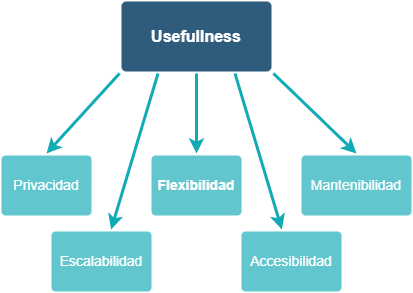
This is docs/images/10_Goals_Tree.png from Arquisoft/lomap_es2c, a draw.io export, as it was before one commit. Source tidied: cells renumbered, new cells last; positions are measured from the earlier drawing's top-left corner, leaving out a move shared by most shapes.
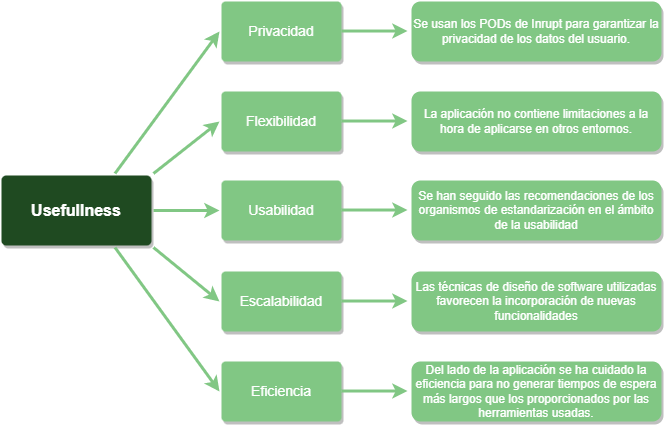
The same diagram one commit later.

The edit, as a diff of the source:
```diff
@@ -2,38 +2,83 @@
   <root>
     <mxCell id="0" />
     <mxCell id="1" parent="0" />
-    <mxCell id="2" value="Usefullness" style="rounded=1;whiteSpace=wrap;html=1;shadow=0;labelBackgroundColor=none;strokeColor=none;strokeWidth=3;fillColor=#2F5B7C;fontFamily=Helvetica;fontSize=16;fontColor=#FFFFFF;align=center;fontStyle=1;spacing=5;arcSize=7;perimeterSpacing=2;" parent="1" vertex="1">
-      <mxGeometry x="120" width="150" height="70" as="geometry" />
+    <mxCell id="2" value="Usefullness" style="rounded=1;whiteSpace=wrap;html=1;shadow=1;labelBackgroundColor=none;strokeColor=none;strokeWidth=3;fillColor=#1f4a21;fontFamily=Helvetica;fontSize=16;fontColor=#FFFFFF;align=center;fontStyle=1;spacing=5;arcSize=7;perimeterSpacing=2;" parent="1" vertex="1">
+      <mxGeometry x="-260" y="144" width="150" height="70" as="geometry" />
     </mxCell>
-    <mxCell id="3" value="Flexibilidad" style="rounded=1;whiteSpace=wrap;html=1;shadow=0;labelBackgroundColor=none;strokeColor=none;strokeWidth=3;fillColor=#61C6CE;fontFamily=Helvetica;fontSize=14;fontColor=#FFFFFF;align=center;spacing=5;fontStyle=1;arcSize=7;perimeterSpacing=2;" parent="1" vertex="1">
-      <mxGeometry x="150" y="154" width="90" height="60" as="geometry" />
+    <mxCell id="3" value="&lt;span style=&quot;font-weight: normal;&quot;&gt;Flexibilidad&lt;/span&gt;" style="rounded=1;whiteSpace=wrap;html=1;shadow=1;labelBackgroundColor=none;strokeColor=none;strokeWidth=3;fillColor=#81c784;fontFamily=Helvetica;fontSize=14;fontColor=#FFFFFF;align=center;spacing=5;fontStyle=1;arcSize=7;perimeterSpacing=2;" parent="1" vertex="1">
+      <mxGeometry x="-40" y="60" width="120" height="60" as="geometry" />
     </mxCell>
-    <mxCell id="4" value="Escalabilidad" style="rounded=1;whiteSpace=wrap;html=1;shadow=0;labelBackgroundColor=none;strokeColor=none;strokeWidth=3;fillColor=#61c6ce;fontFamily=Helvetica;fontSize=14;fontColor=#FFFFFF;align=center;spacing=5;fontStyle=0;arcSize=7;perimeterSpacing=2;" parent="1" vertex="1">
-      <mxGeometry x="50" y="230" width="100" height="60" as="geometry" />
+    <mxCell id="4" value="Escalabilidad" style="rounded=1;whiteSpace=wrap;html=1;shadow=1;labelBackgroundColor=none;strokeColor=none;strokeWidth=3;fillColor=#81c784;fontFamily=Helvetica;fontSize=14;fontColor=#FFFFFF;align=center;spacing=5;fontStyle=0;arcSize=7;perimeterSpacing=2;" parent="1" vertex="1">
+      <mxGeometry x="-40" y="240" width="120" height="60" as="geometry" />
     </mxCell>
-    <mxCell id="5" style="edgeStyle=none;rounded=1;jumpStyle=none;html=1;shadow=0;labelBackgroundColor=none;startArrow=none;startFill=0;jettySize=auto;strokeColor=#12AAB5;strokeWidth=3;fontFamily=Helvetica;fontSize=14;fontColor=#FFFFFF;spacing=5;fontStyle=1;fillColor=#b0e3e6;exitX=0.25;exitY=1;exitDx=0;exitDy=0;" parent="1" edge="1" source="2" target="4">
+    <mxCell id="5" style="edgeStyle=none;rounded=1;jumpStyle=none;html=1;shadow=0;labelBackgroundColor=none;startArrow=none;startFill=0;jettySize=auto;strokeColor=#81c784;strokeWidth=3;fontFamily=Helvetica;fontSize=14;fontColor=#FFFFFF;spacing=5;fontStyle=1;fillColor=#b0e3e6;exitX=1;exitY=1;exitDx=0;exitDy=0;entryX=0;entryY=0.5;entryDx=0;entryDy=0;" parent="1" edge="1" source="2" target="4">
       <mxGeometry relative="1" as="geometry" />
     </mxCell>
-    <mxCell id="6" value="Accesibilidad" style="rounded=1;whiteSpace=wrap;html=1;shadow=0;labelBackgroundColor=none;strokeColor=none;strokeWidth=3;fillColor=#61C6CE;fontFamily=Helvetica;fontSize=14;fontColor=#FFFFFF;align=center;spacing=5;fontStyle=0;arcSize=7;perimeterSpacing=2;" parent="1" vertex="1">
-      <mxGeometry x="240" y="230" width="100" height="60" as="geometry" />
+    <mxCell id="6" value="Eficiencia" style="rounded=1;whiteSpace=wrap;html=1;shadow=1;labelBackgroundColor=none;strokeColor=none;strokeWidth=3;fillColor=#81c784;fontFamily=Helvetica;fontSize=14;fontColor=#FFFFFF;align=center;spacing=5;fontStyle=0;arcSize=7;perimeterSpacing=2;" parent="1" vertex="1">
+      <mxGeometry x="-40" y="330" width="120" height="60" as="geometry" />
     </mxCell>
-    <mxCell id="7" style="edgeStyle=none;rounded=1;jumpStyle=none;html=1;shadow=0;labelBackgroundColor=none;startArrow=none;startFill=0;jettySize=auto;strokeColor=#12AAB5;strokeWidth=3;fontFamily=Helvetica;fontSize=14;fontColor=#FFFFFF;spacing=5;fontStyle=1;fillColor=#b0e3e6;exitX=0.75;exitY=1;exitDx=0;exitDy=0;" parent="1" edge="1" source="2" target="6">
+    <mxCell id="7" style="edgeStyle=none;rounded=1;jumpStyle=none;html=1;shadow=0;labelBackgroundColor=none;startArrow=none;startFill=0;jettySize=auto;strokeColor=#81c784;strokeWidth=3;fontFamily=Helvetica;fontSize=14;fontColor=#FFFFFF;spacing=5;fontStyle=1;fillColor=#b0e3e6;exitX=0.75;exitY=1;exitDx=0;exitDy=0;entryX=0;entryY=0.5;entryDx=0;entryDy=0;" parent="1" edge="1" source="2" target="6">
       <mxGeometry relative="1" as="geometry" />
     </mxCell>
-    <mxCell id="8" value="Mantenibilidad" style="rounded=1;whiteSpace=wrap;html=1;shadow=0;labelBackgroundColor=none;strokeColor=none;strokeWidth=3;fillColor=#61C6CE;fontFamily=Helvetica;fontSize=14;fontColor=#FFFFFF;align=center;spacing=5;fontStyle=0;arcSize=7;perimeterSpacing=2;" parent="1" vertex="1">
-      <mxGeometry x="300" y="154" width="110" height="60" as="geometry" />
+    <mxCell id="8" value="Usabilidad" style="rounded=1;whiteSpace=wrap;html=1;shadow=1;labelBackgroundColor=none;strokeColor=none;strokeWidth=3;fillColor=#81c784;fontFamily=Helvetica;fontSize=14;fontColor=#FFFFFF;align=center;spacing=5;fontStyle=0;arcSize=7;perimeterSpacing=2;" parent="1" vertex="1">
+      <mxGeometry x="-40" y="149" width="120" height="60" as="geometry" />
     </mxCell>
-    <mxCell id="9" style="edgeStyle=none;rounded=1;jumpStyle=none;html=1;shadow=0;labelBackgroundColor=none;startArrow=none;startFill=0;jettySize=auto;strokeColor=#12AAB5;strokeWidth=3;fontFamily=Helvetica;fontSize=14;fontColor=#FFFFFF;spacing=5;fontStyle=1;fillColor=#b0e3e6;exitX=1;exitY=1;exitDx=0;exitDy=0;entryX=0.5;entryY=0;entryDx=0;entryDy=0;" parent="1" edge="1" source="2" target="8">
+    <mxCell id="9" style="edgeStyle=none;rounded=1;jumpStyle=none;html=1;shadow=0;labelBackgroundColor=none;startArrow=none;startFill=0;jettySize=auto;strokeColor=#81c784;strokeWidth=3;fontFamily=Helvetica;fontSize=14;fontColor=#FFFFFF;spacing=5;fontStyle=1;fillColor=#b0e3e6;exitX=1;exitY=0.5;exitDx=0;exitDy=0;entryX=0;entryY=0.5;entryDx=0;entryDy=0;" parent="1" edge="1" source="2" target="8">
       <mxGeometry relative="1" as="geometry" />
     </mxCell>
-    <mxCell id="10" value="Privacidad" style="rounded=1;whiteSpace=wrap;html=1;shadow=0;labelBackgroundColor=none;strokeColor=none;strokeWidth=3;fillColor=#61c6ce;fontFamily=Helvetica;fontSize=14;fontColor=#FFFFFF;align=center;spacing=5;fontStyle=0;arcSize=7;perimeterSpacing=2;" parent="1" vertex="1">
-      <mxGeometry y="154" width="90" height="60" as="geometry" />
+    <mxCell id="10" value="Privacidad" style="rounded=1;whiteSpace=wrap;html=1;shadow=1;labelBackgroundColor=none;strokeColor=none;strokeWidth=3;fillColor=#81c784;fontFamily=Helvetica;fontSize=14;fontColor=#FFFFFF;align=center;spacing=5;fontStyle=0;arcSize=7;perimeterSpacing=2;" parent="1" vertex="1">
+      <mxGeometry x="-40" y="-30" width="120" height="60" as="geometry" />
     </mxCell>
-    <mxCell id="11" style="edgeStyle=none;rounded=1;jumpStyle=none;html=1;shadow=0;labelBackgroundColor=none;startArrow=none;startFill=0;jettySize=auto;strokeColor=#12AAB5;strokeWidth=3;fontFamily=Helvetica;fontSize=14;fontColor=#FFFFFF;spacing=5;fontStyle=1;fillColor=#b0e3e6;exitX=0;exitY=1;exitDx=0;exitDy=0;entryX=0.5;entryY=0;entryDx=0;entryDy=0;" parent="1" edge="1" source="2" target="10">
+    <mxCell id="11" style="edgeStyle=none;rounded=1;jumpStyle=none;html=1;shadow=0;labelBackgroundColor=none;startArrow=none;startFill=0;jettySize=auto;strokeColor=#81c784;strokeWidth=3;fontFamily=Helvetica;fontSize=14;fontColor=#FFFFFF;spacing=5;fontStyle=1;fillColor=#81C784;exitX=0.75;exitY=0;exitDx=0;exitDy=0;entryX=0;entryY=0.5;entryDx=0;entryDy=0;" parent="1" edge="1" source="2" target="10">
       <mxGeometry relative="1" as="geometry" />
     </mxCell>
-    <mxCell id="12" style="edgeStyle=none;rounded=1;jumpStyle=none;html=1;shadow=0;labelBackgroundColor=none;startArrow=none;startFill=0;jettySize=auto;strokeColor=#12AAB5;strokeWidth=3;fontFamily=Helvetica;fontSize=14;fontColor=#FFFFFF;spacing=5;fontStyle=1;fillColor=#b0e3e6;entryX=0.5;entryY=0;entryDx=0;entryDy=0;exitX=0.5;exitY=1;exitDx=0;exitDy=0;" parent="1" edge="1" source="2" target="3">
+    <mxCell id="12" style="edgeStyle=none;rounded=1;jumpStyle=none;html=1;shadow=0;labelBackgroundColor=none;startArrow=none;startFill=0;jettySize=auto;strokeColor=#81c784;strokeWidth=3;fontFamily=Helvetica;fontSize=14;fontColor=#FFFFFF;spacing=5;fontStyle=1;fillColor=#b0e3e6;entryX=0;entryY=0.5;entryDx=0;entryDy=0;exitX=1;exitY=0;exitDx=0;exitDy=0;" parent="1" edge="1" source="2" target="3">
       <mxGeometry relative="1" as="geometry" />
     </mxCell>
+    <mxCell id="13" style="edgeStyle=none;rounded=1;jumpStyle=none;html=1;shadow=0;labelBackgroundColor=none;startArrow=none;startFill=0;jettySize=auto;orthogonalLoop=1;strokeColor=#81c784;strokeWidth=3;fontFamily=Helvetica;fontSize=14;fontColor=#FFFFFF;spacing=5;fontStyle=1;fillColor=#b0e3e6;exitX=1;exitY=0.5;exitDx=0;exitDy=0;entryX=0;entryY=0.5;entryDx=0;entryDy=0;" parent="1" edge="1">
+      <mxGeometry relative="1" as="geometry">
+        <mxPoint x="80" y="-0.5" as="sourcePoint" />
+        <mxPoint x="146" y="-0.5" as="targetPoint" />
+      </mxGeometry>
+    </mxCell>
+    <mxCell id="14" style="edgeStyle=none;rounded=1;jumpStyle=none;html=1;shadow=0;labelBackgroundColor=none;startArrow=none;startFill=0;jettySize=auto;orthogonalLoop=1;strokeColor=#81c784;strokeWidth=3;fontFamily=Helvetica;fontSize=14;fontColor=#FFFFFF;spacing=5;fontStyle=1;fillColor=#b0e3e6;exitX=1;exitY=0.5;exitDx=0;exitDy=0;entryX=0;entryY=0.5;entryDx=0;entryDy=0;" parent="1" edge="1">
+      <mxGeometry relative="1" as="geometry">
+        <mxPoint x="80" y="89.5" as="sourcePoint" />
+        <mxPoint x="146" y="89.5" as="targetPoint" />
+      </mxGeometry>
+    </mxCell>
+    <mxCell id="15" style="edgeStyle=none;rounded=1;jumpStyle=none;html=1;shadow=0;labelBackgroundColor=none;startArrow=none;startFill=0;jettySize=auto;orthogonalLoop=1;strokeColor=#81c784;strokeWidth=3;fontFamily=Helvetica;fontSize=14;fontColor=#FFFFFF;spacing=5;fontStyle=1;fillColor=#b0e3e6;exitX=1;exitY=0.5;exitDx=0;exitDy=0;entryX=0;entryY=0.5;entryDx=0;entryDy=0;" parent="1" edge="1">
+      <mxGeometry relative="1" as="geometry">
+        <mxPoint x="80" y="178.5" as="sourcePoint" />
+        <mxPoint x="146" y="178.5" as="targetPoint" />
+      </mxGeometry>
+    </mxCell>
+    <mxCell id="16" style="edgeStyle=none;rounded=1;jumpStyle=none;html=1;shadow=0;labelBackgroundColor=none;startArrow=none;startFill=0;jettySize=auto;orthogonalLoop=1;strokeColor=#81c784;strokeWidth=3;fontFamily=Helvetica;fontSize=14;fontColor=#FFFFFF;spacing=5;fontStyle=1;fillColor=#b0e3e6;exitX=1;exitY=0.5;exitDx=0;exitDy=0;entryX=0;entryY=0.5;entryDx=0;entryDy=0;" parent="1" edge="1">
+      <mxGeometry relative="1" as="geometry">
+        <mxPoint x="80" y="269.5" as="sourcePoint" />
+        <mxPoint x="146" y="269.5" as="targetPoint" />
+      </mxGeometry>
+    </mxCell>
+    <mxCell id="17" style="edgeStyle=none;rounded=1;jumpStyle=none;html=1;shadow=0;labelBackgroundColor=none;startArrow=none;startFill=0;jettySize=auto;orthogonalLoop=1;strokeColor=#81c784;strokeWidth=3;fontFamily=Helvetica;fontSize=14;fontColor=#FFFFFF;spacing=5;fontStyle=1;fillColor=#b0e3e6;exitX=1;exitY=0.5;exitDx=0;exitDy=0;entryX=0;entryY=0.5;entryDx=0;entryDy=0;" parent="1" edge="1">
+      <mxGeometry relative="1" as="geometry">
+        <mxPoint x="80" y="359.5" as="sourcePoint" />
+        <mxPoint x="146" y="359.5" as="targetPoint" />
+      </mxGeometry>
+    </mxCell>
+    <mxCell id="18" value="&lt;p&gt;&lt;font color=&quot;#ffffff&quot;&gt;Se usan los PODs de Inrupt para garantizar la privacidad de los datos del usuario.&lt;/font&gt;&lt;/p&gt;" style="rounded=1;whiteSpace=wrap;html=1;shadow=1;fillColor=#81C784;strokeColor=none;" parent="1" vertex="1">
+      <mxGeometry x="150" y="-30" width="250" height="60" as="geometry" />
+    </mxCell>
+    <mxCell id="19" value="&lt;p&gt;&lt;font color=&quot;#ffffff&quot;&gt;La aplicación no contiene limitaciones a la hora de aplicarse en otros entornos.&lt;/font&gt;&lt;/p&gt;" style="rounded=1;whiteSpace=wrap;html=1;shadow=1;fillColor=#81C784;strokeColor=none;" parent="1" vertex="1">
+      <mxGeometry x="150" y="60" width="250" height="60" as="geometry" />
+    </mxCell>
+    <mxCell id="20" value="&lt;p&gt;&lt;font color=&quot;#ffffff&quot;&gt;Se han seguido las recomendaciones de los organismos de estandarización en el ámbito de la usabilidad&lt;/font&gt;&lt;/p&gt;" style="rounded=1;whiteSpace=wrap;html=1;shadow=1;fillColor=#81C784;strokeColor=none;" parent="1" vertex="1">
+      <mxGeometry x="150" y="149" width="250" height="60" as="geometry" />
+    </mxCell>
+    <mxCell id="21" value="&lt;p&gt;&lt;font color=&quot;#ffffff&quot;&gt;Las técnicas de diseño de software utilizadas favorecen la incorporación de nuevas funcionalidades&lt;/font&gt;&lt;/p&gt;" style="rounded=1;whiteSpace=wrap;html=1;shadow=1;fillColor=#81C784;strokeColor=none;" parent="1" vertex="1">
+      <mxGeometry x="150" y="240" width="250" height="60" as="geometry" />
+    </mxCell>
+    <mxCell id="22" value="&lt;p&gt;&lt;font color=&quot;#ffffff&quot;&gt;Del lado de la aplicación se ha cuidado la eficiencia para no generar tiempos de espera más largos que los proporcionados por las herramientas usadas.&lt;/font&gt;&lt;/p&gt;" style="rounded=1;whiteSpace=wrap;html=1;shadow=1;fillColor=#81C784;strokeColor=none;" parent="1" vertex="1">
+      <mxGeometry x="150" y="330" width="250" height="60" as="geometry" />
+    </mxCell>
   </root>
 </mxGraphModel>
```
